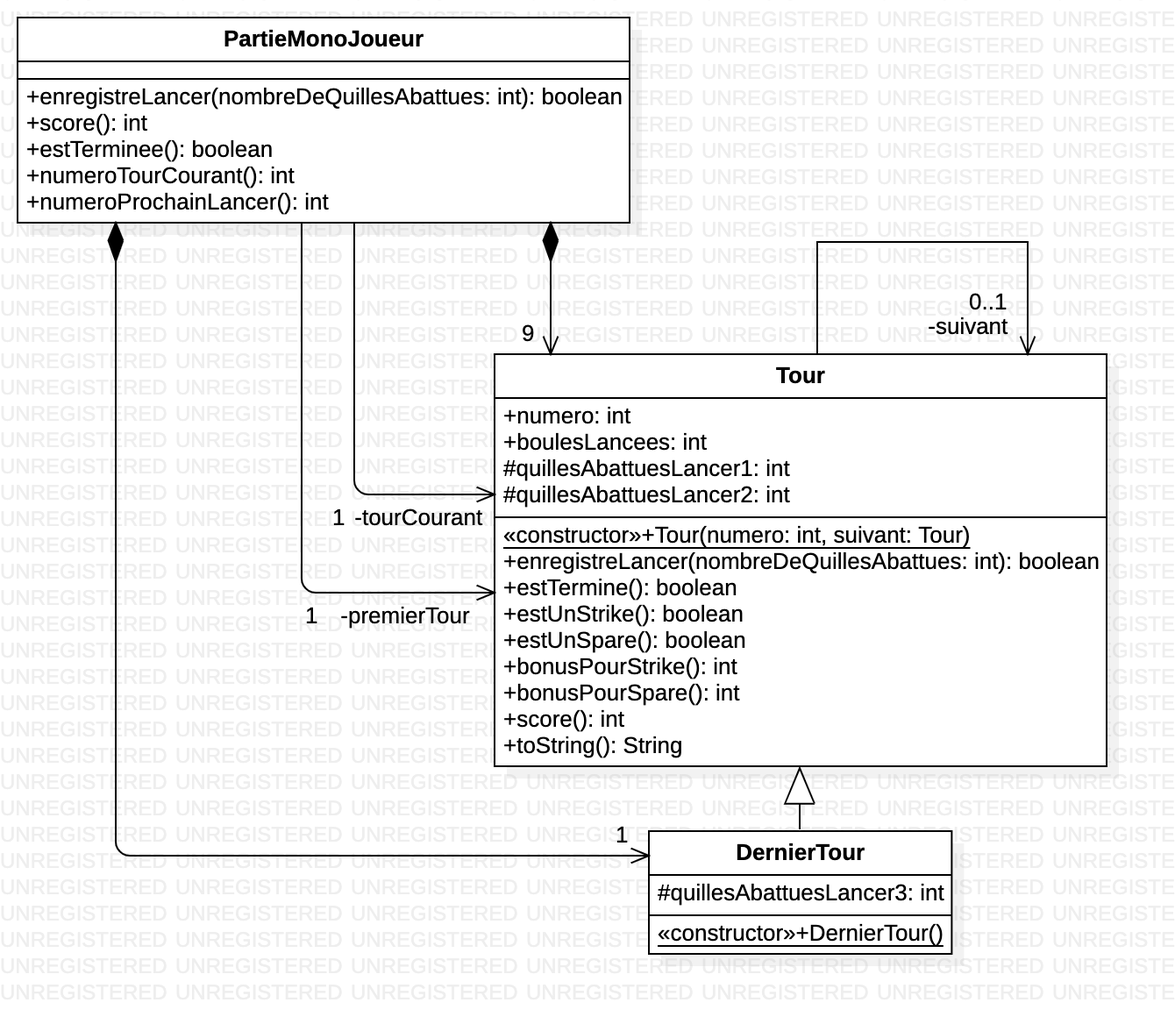
Before: doc/solution.png, a diagram exported from PlantUML (bastide/BowlingMavenCorrection). Its source is kept beside it as doc/solution.plantuml. Its diagram source:
```plantuml
@startuml

class PartieMonoJoueur {
  +PartieMonoJoueur()
  +enregistreLancer(nombreDeQuillesAbattues: int): boolean
  +score(): int
  +estTerminee(): boolean
  +numeroTourCourant(): int
  +numeroProchainLancer(): int
}

class Tour {
  +numero: int
  +boulesLancees: int
  -quillesAbattuesLancer1: int
  -quillesAbattuesLancer2: int
  +Tour(numero: int, suivant: Tour)
  +enregistreLancer(quillesAbattues: int): void
  +estTermine(): boolean
  +estUnStrike(): boolean
  +estUnSpare(): boolean
  +bonusPourStrike(): int
  +bonusPourSpare(): int
  +score(): int
  +toString(): String
}

class DernierTour {
  -quillesAbattuesLancer3: int

  +DernierTour()
}

PartieMonoJoueur --> "        1 -premierTour" Tour
PartieMonoJoueur --> "1 -tourCourant      " Tour


Tour --> "        0..1 -suivant" Tour
Tour <|-- DernierTour

@enduml
```
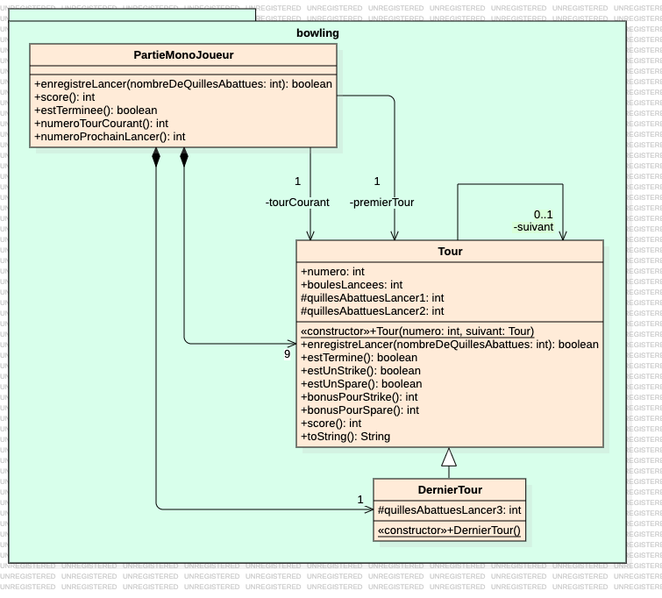
After the commit.

Diff of the diagram source:
```diff
@@ -21,7 +21,7 @@
   +estUnSpare(): boolean
   +bonusPourStrike(): int
   +bonusPourSpare(): int
-  +score(): int
+  +scoreCumule(): int
   +toString(): String
 }
 
```
